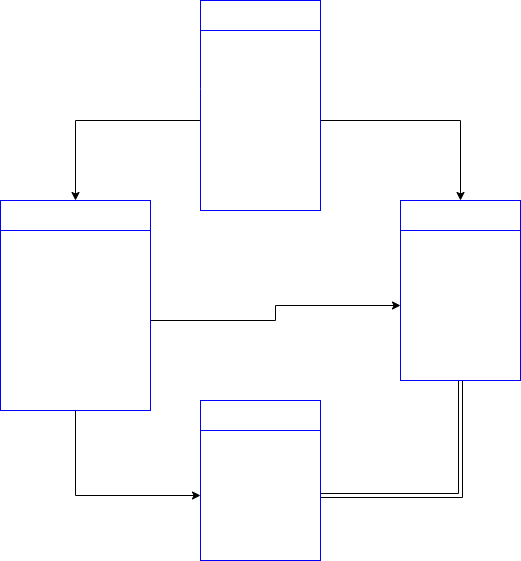
Before: db.png, a diagram exported from draw.io (apple4zcm/furima-35357). Source tidied: cells renumbered, new cells last; positions are measured from the earlier drawing's top-left corner, leaving out a move shared by most shapes.
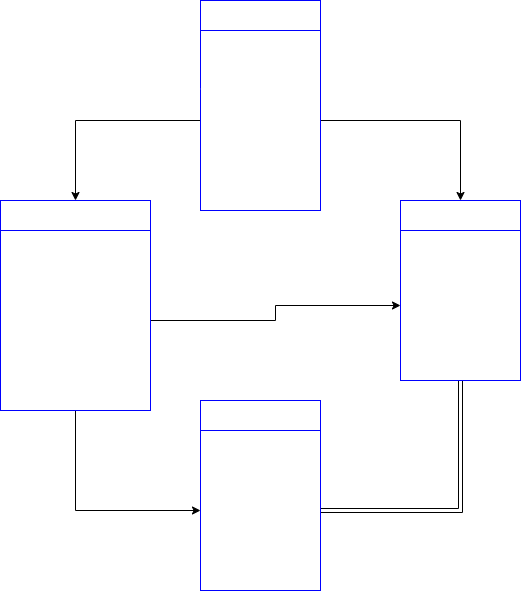
Later version of the same file.

Change to the diagram source:
```diff
@@ -38,8 +38,8 @@
     <mxCell id="13" value="&lt;font size=&quot;3&quot;&gt;address&lt;/font&gt;" style="rounded=0;whiteSpace=wrap;html=1;fontColor=#FFFFFF;strokeColor=#0000FF;fillColor=none;verticalAlign=middle;" parent="1" vertex="1">
       <mxGeometry x="200" y="400" width="120" height="30" as="geometry" />
     </mxCell>
-    <mxCell id="14" value="&lt;font size=&quot;3&quot;&gt;prefecture&lt;br&gt;municipality&lt;br&gt;house_number&lt;br&gt;building&lt;br&gt;postal_code&lt;br&gt;telephone&lt;br&gt;&lt;/font&gt;" style="rounded=0;whiteSpace=wrap;html=1;fontColor=#FFFFFF;strokeColor=#0000FF;fillColor=none;verticalAlign=middle;" parent="1" vertex="1">
-      <mxGeometry x="200" y="430" width="120" height="130" as="geometry" />
+    <mxCell id="14" value="&lt;font size=&quot;3&quot;&gt;prefecture_id&lt;br&gt;municipality&lt;br&gt;house_number&lt;br&gt;building&lt;br&gt;postal_code&lt;br&gt;telephone&lt;br&gt;&lt;/font&gt;" style="rounded=0;whiteSpace=wrap;html=1;fontColor=#FFFFFF;strokeColor=#0000FF;fillColor=none;verticalAlign=middle;" parent="1" vertex="1">
+      <mxGeometry x="200" y="430" width="120" height="160" as="geometry" />
     </mxCell>
   </root>
 </mxGraphModel>
```
